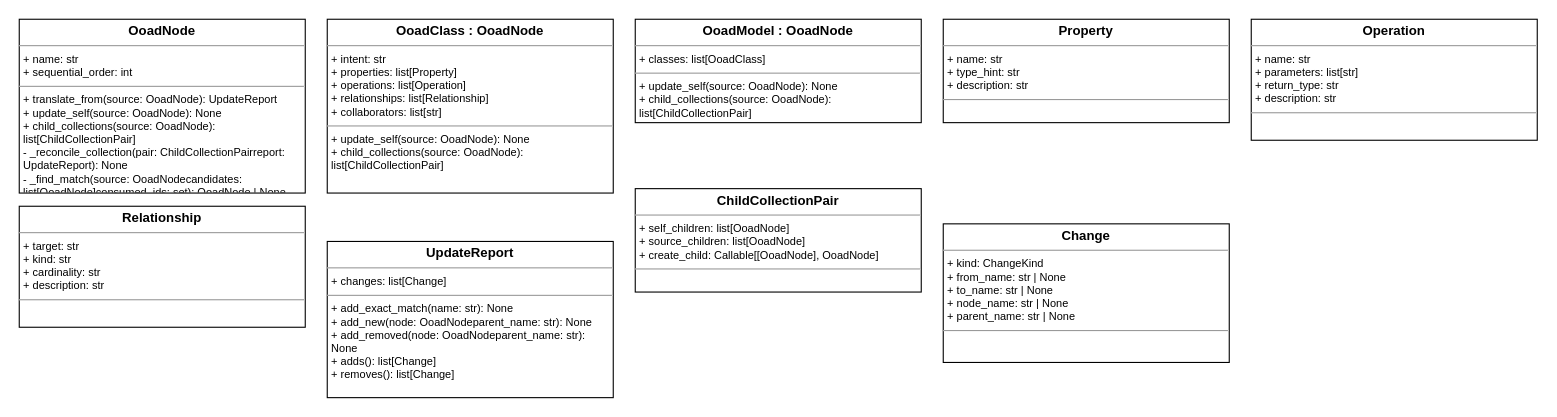
Earlier version of the draw.io diagram practices/clean_engineering/.context/ooad-model.drawio (abd-works/abd-context-driven-delivery). Source tidied: cells renumbered, new cells numbered last; positions are measured from the earlier drawing's top-left corner, leaving out a move shared by most shapes. Both pictures are drawn from the tidied source at 110%, with x=0, y=0 at pixel (19, 19).
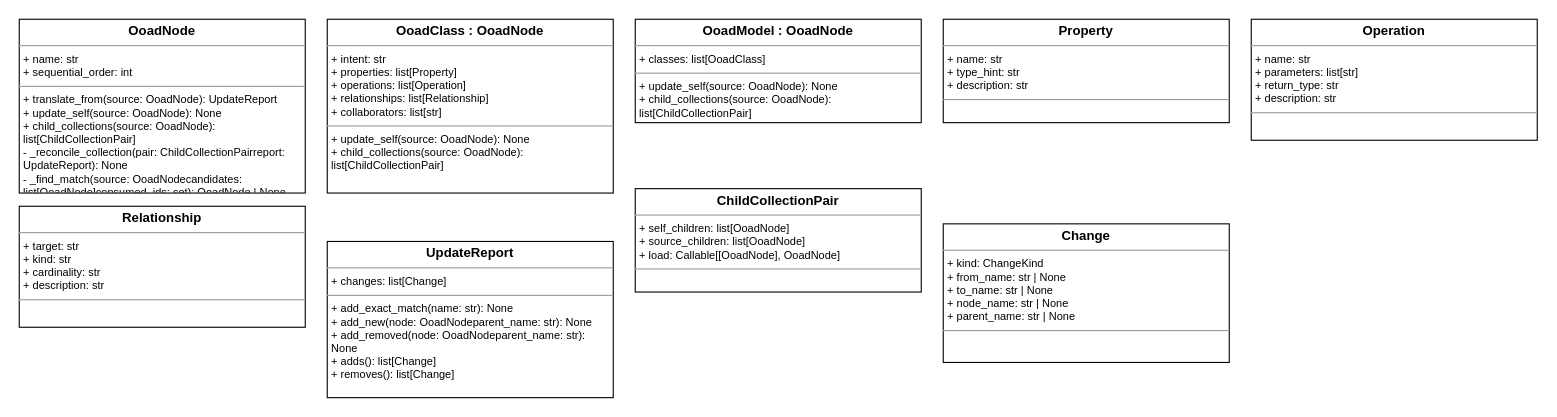
Above is the later version.

What changed in the source:
```diff
@@
 <mxGraphModel>
   <root>
     <mxCell id="0" />
     <mxCell id="1" parent="0" />
     <mxCell id="2" value="&lt;p style=&quot;margin:0px;margin-top:4px;text-align:center;&quot;&gt;&lt;b&gt;OoadNode&lt;/b&gt;&lt;/p&gt;&lt;hr size=&quot;1&quot;/&gt;&lt;p style=&quot;margin:0px;margin-left:4px;font-size:10px;&quot;&gt;+ name: str&lt;br/&gt;+ sequential_order: int&lt;br/&gt;&lt;/p&gt;&lt;hr size=&quot;1&quot;/&gt;&lt;p style=&quot;margin:0px;margin-left:4px;font-size:10px;&quot;&gt;+ translate_from(source: OoadNode): UpdateReport&lt;br/&gt;+ update_self(source: OoadNode): None&lt;br/&gt;+ child_collections(source: OoadNode): list[ChildCollectionPair]&lt;br/&gt;- _reconcile_collection(pair: ChildCollectionPairreport: UpdateReport): None&lt;br/&gt;- _find_match(source: OoadNodecandidates: list[OoadNode]consumed_ids: set): OoadNode | None&lt;br/&gt;&lt;/p&gt;" style="verticalAlign=top;align=left;overflow=fill;fontSize=12;fontFamily=Helvetica;html=1;whiteSpace=wrap;" parent="1" vertex="1">
       <mxGeometry width="260" height="158" as="geometry" />
     </mxCell>
     <mxCell id="3" value="&lt;p style=&quot;margin:0px;margin-top:4px;text-align:center;&quot;&gt;&lt;b&gt;OoadClass : OoadNode&lt;/b&gt;&lt;/p&gt;&lt;hr size=&quot;1&quot;/&gt;&lt;p style=&quot;margin:0px;margin-left:4px;font-size:10px;&quot;&gt;+ intent: str&lt;br/&gt;+ properties: list[Property]&lt;br/&gt;+ operations: list[Operation]&lt;br/&gt;+ relationships: list[Relationship]&lt;br/&gt;+ collaborators: list[str]&lt;br/&gt;&lt;/p&gt;&lt;hr size=&quot;1&quot;/&gt;&lt;p style=&quot;margin:0px;margin-left:4px;font-size:10px;&quot;&gt;+ update_self(source: OoadNode): None&lt;br/&gt;+ child_collections(source: OoadNode): list[ChildCollectionPair]&lt;br/&gt;&lt;/p&gt;" style="verticalAlign=top;align=left;overflow=fill;fontSize=12;fontFamily=Helvetica;html=1;whiteSpace=wrap;" parent="1" vertex="1">
       <mxGeometry x="280" width="260" height="158" as="geometry" />
     </mxCell>
     <mxCell id="4" value="&lt;p style=&quot;margin:0px;margin-top:4px;text-align:center;&quot;&gt;&lt;b&gt;OoadModel : OoadNode&lt;/b&gt;&lt;/p&gt;&lt;hr size=&quot;1&quot;/&gt;&lt;p style=&quot;margin:0px;margin-left:4px;font-size:10px;&quot;&gt;+ classes: list[OoadClass]&lt;br/&gt;&lt;/p&gt;&lt;hr size=&quot;1&quot;/&gt;&lt;p style=&quot;margin:0px;margin-left:4px;font-size:10px;&quot;&gt;+ update_self(source: OoadNode): None&lt;br/&gt;+ child_collections(source: OoadNode): list[ChildCollectionPair]&lt;br/&gt;&lt;/p&gt;" style="verticalAlign=top;align=left;overflow=fill;fontSize=12;fontFamily=Helvetica;html=1;whiteSpace=wrap;" parent="1" vertex="1">
       <mxGeometry x="560" width="260" height="94" as="geometry" />
     </mxCell>
     <mxCell id="5" value="&lt;p style=&quot;margin:0px;margin-top:4px;text-align:center;&quot;&gt;&lt;b&gt;Property&lt;/b&gt;&lt;/p&gt;&lt;hr size=&quot;1&quot;/&gt;&lt;p style=&quot;margin:0px;margin-left:4px;font-size:10px;&quot;&gt;+ name: str&lt;br/&gt;+ type_hint: str&lt;br/&gt;+ description: str&lt;br/&gt;&lt;/p&gt;&lt;hr size=&quot;1&quot;/&gt;&lt;p style=&quot;margin:0px;margin-left:4px;font-size:10px;&quot;&gt;&lt;br/&gt;&lt;/p&gt;" style="verticalAlign=top;align=left;overflow=fill;fontSize=12;fontFamily=Helvetica;html=1;whiteSpace=wrap;" parent="1" vertex="1">
       <mxGeometry x="840" width="260" height="94" as="geometry" />
     </mxCell>
     <mxCell id="6" value="&lt;p style=&quot;margin:0px;margin-top:4px;text-align:center;&quot;&gt;&lt;b&gt;Operation&lt;/b&gt;&lt;/p&gt;&lt;hr size=&quot;1&quot;/&gt;&lt;p style=&quot;margin:0px;margin-left:4px;font-size:10px;&quot;&gt;+ name: str&lt;br/&gt;+ parameters: list[str]&lt;br/&gt;+ return_type: str&lt;br/&gt;+ description: str&lt;br/&gt;&lt;/p&gt;&lt;hr size=&quot;1&quot;/&gt;&lt;p style=&quot;margin:0px;margin-left:4px;font-size:10px;&quot;&gt;&lt;br/&gt;&lt;/p&gt;" style="verticalAlign=top;align=left;overflow=fill;fontSize=12;fontFamily=Helvetica;html=1;whiteSpace=wrap;" parent="1" vertex="1">
       <mxGeometry x="1120" width="260" height="110" as="geometry" />
     </mxCell>
     <mxCell id="7" value="&lt;p style=&quot;margin:0px;margin-top:4px;text-align:center;&quot;&gt;&lt;b&gt;Relationship&lt;/b&gt;&lt;/p&gt;&lt;hr size=&quot;1&quot;/&gt;&lt;p style=&quot;margin:0px;margin-left:4px;font-size:10px;&quot;&gt;+ target: str&lt;br/&gt;+ kind: str&lt;br/&gt;+ cardinality: str&lt;br/&gt;+ description: str&lt;br/&gt;&lt;/p&gt;&lt;hr size=&quot;1&quot;/&gt;&lt;p style=&quot;margin:0px;margin-left:4px;font-size:10px;&quot;&gt;&lt;br/&gt;&lt;/p&gt;" style="verticalAlign=top;align=left;overflow=fill;fontSize=12;fontFamily=Helvetica;html=1;whiteSpace=wrap;" parent="1" vertex="1">
       <mxGeometry y="170" width="260" height="110" as="geometry" />
     </mxCell>
     <mxCell id="8" value="&lt;p style=&quot;margin:0px;margin-top:4px;text-align:center;&quot;&gt;&lt;b&gt;UpdateReport&lt;/b&gt;&lt;/p&gt;&lt;hr size=&quot;1&quot;/&gt;&lt;p style=&quot;margin:0px;margin-left:4px;font-size:10px;&quot;&gt;+ changes: list[Change]&lt;br/&gt;&lt;/p&gt;&lt;hr size=&quot;1&quot;/&gt;&lt;p style=&quot;margin:0px;margin-left:4px;font-size:10px;&quot;&gt;+ add_exact_match(name: str): None&lt;br/&gt;+ add_new(node: OoadNodeparent_name: str): None&lt;br/&gt;+ add_removed(node: OoadNodeparent_name: str): None&lt;br/&gt;+ adds(): list[Change]&lt;br/&gt;+ removes(): list[Change]&lt;br/&gt;&lt;/p&gt;" style="verticalAlign=top;align=left;overflow=fill;fontSize=12;fontFamily=Helvetica;html=1;whiteSpace=wrap;" parent="1" vertex="1">
       <mxGeometry x="280" y="202" width="260" height="142" as="geometry" />
     </mxCell>
-    <mxCell id="9" value="&lt;p style=&quot;margin:0px;margin-top:4px;text-align:center;&quot;&gt;&lt;b&gt;ChildCollectionPair&lt;/b&gt;&lt;/p&gt;&lt;hr size=&quot;1&quot;/&gt;&lt;p style=&quot;margin:0px;margin-left:4px;font-size:10px;&quot;&gt;+ self_children: list[OoadNode]&lt;br/&gt;+ source_children: list[OoadNode]&lt;br/&gt;+ create_child: Callable[[OoadNode], OoadNode]&lt;br/&gt;&lt;/p&gt;&lt;hr size=&quot;1&quot;/&gt;&lt;p style=&quot;margin:0px;margin-left:4px;font-size:10px;&quot;&gt;&lt;br/&gt;&lt;/p&gt;" style="verticalAlign=top;align=left;overflow=fill;fontSize=12;fontFamily=Helvetica;html=1;whiteSpace=wrap;" parent="1" vertex="1">
+    <mxCell id="9" value="&lt;p style=&quot;margin:0px;margin-top:4px;text-align:center;&quot;&gt;&lt;b&gt;ChildCollectionPair&lt;/b&gt;&lt;/p&gt;&lt;hr size=&quot;1&quot;/&gt;&lt;p style=&quot;margin:0px;margin-left:4px;font-size:10px;&quot;&gt;+ self_children: list[OoadNode]&lt;br/&gt;+ source_children: list[OoadNode]&lt;br/&gt;+ load: Callable[[OoadNode], OoadNode]&lt;br/&gt;&lt;/p&gt;&lt;hr size=&quot;1&quot;/&gt;&lt;p style=&quot;margin:0px;margin-left:4px;font-size:10px;&quot;&gt;&lt;br/&gt;&lt;/p&gt;" style="verticalAlign=top;align=left;overflow=fill;fontSize=12;fontFamily=Helvetica;html=1;whiteSpace=wrap;" parent="1" vertex="1">
       <mxGeometry x="560" y="154" width="260" height="94" as="geometry" />
     </mxCell>
     <mxCell id="10" value="&lt;p style=&quot;margin:0px;margin-top:4px;text-align:center;&quot;&gt;&lt;b&gt;Change&lt;/b&gt;&lt;/p&gt;&lt;hr size=&quot;1&quot;/&gt;&lt;p style=&quot;margin:0px;margin-left:4px;font-size:10px;&quot;&gt;+ kind: ChangeKind&lt;br/&gt;+ from_name: str | None&lt;br/&gt;+ to_name: str | None&lt;br/&gt;+ node_name: str | None&lt;br/&gt;+ parent_name: str | None&lt;br/&gt;&lt;/p&gt;&lt;hr size=&quot;1&quot;/&gt;&lt;p style=&quot;margin:0px;margin-left:4px;font-size:10px;&quot;&gt;&lt;br/&gt;&lt;/p&gt;" style="verticalAlign=top;align=left;overflow=fill;fontSize=12;fontFamily=Helvetica;html=1;whiteSpace=wrap;" parent="1" vertex="1">
       <mxGeometry x="840" y="186" width="260" height="126" as="geometry" />
     </mxCell>
   </root>
 </mxGraphModel>
```
